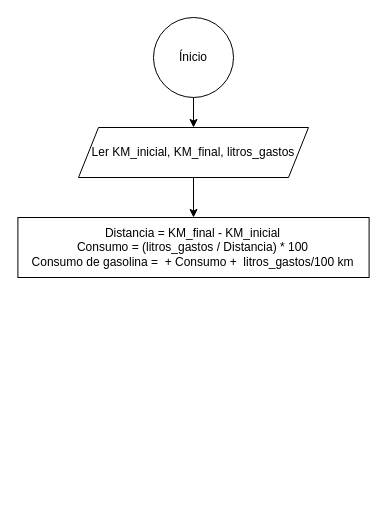
Above: Ex2.drawio in Mobojobil/Tom-s-guerreiro- (draw.io), before the change. Source tidied: cells renumbered, new cells numbered last; positions are measured from the earlier drawing's top-left corner, leaving out a move shared by most shapes. Both pictures are drawn from the tidied source at 100%, with x=0, y=0 at pixel (17, 17).
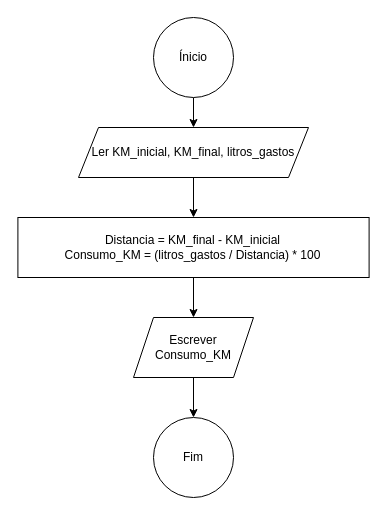
The same page after the edit.

Change to the diagram source:
```diff
@@
 <mxGraphModel>
   <root>
     <mxCell id="0" />
     <mxCell id="1" parent="0" />
     <mxCell id="2" style="edgeStyle=orthogonalEdgeStyle;rounded=0;jettySize=auto;html=1;entryX=0.5;entryY=0;entryDx=0;entryDy=0;" parent="1" edge="1" source="3" target="5">
       <mxGeometry relative="1" as="geometry" />
     </mxCell>
     <mxCell id="3" value="Ínicio" style="ellipse;whiteSpace=wrap;html=1;" parent="1" vertex="1">
       <mxGeometry x="136" width="80" height="80" as="geometry" />
     </mxCell>
     <mxCell id="4" style="edgeStyle=orthogonalEdgeStyle;rounded=0;jettySize=auto;html=1;" parent="1" edge="1" source="5" target="6">
       <mxGeometry relative="1" as="geometry" />
     </mxCell>
     <mxCell id="5" value="Ler KM_inicial, KM_final, litros_gastos" style="shape=parallelogram;perimeter=parallelogramPerimeter;whiteSpace=wrap;html=1;fixedSize=1;" parent="1" vertex="1">
       <mxGeometry x="61" y="110" width="230" height="50" as="geometry" />
     </mxCell>
+    <mxCell id="7" style="edgeStyle=orthogonalEdgeStyle;rounded=0;jettySize=auto;html=1;" parent="1" edge="1" source="6" target="10">
+      <mxGeometry relative="1" as="geometry" />
+    </mxCell>
-    <mxCell id="6" value="Distancia = KM_final - KM_inicial&lt;div&gt;Consumo = (litros_gastos / Distancia) * 100&lt;br&gt;&lt;/div&gt;&lt;div&gt;Consumo de gasolina =&amp;nbsp; + Consumo +&amp;nbsp; litros_gastos/100 km&lt;br&gt;&lt;/div&gt;" style="rounded=0;whiteSpace=wrap;html=1;" parent="1" vertex="1">
+    <mxCell id="6" value="Distancia = KM_final - KM_inicial&lt;div&gt;Consumo_KM = (litros_gastos / Distancia) * 100&lt;/div&gt;" style="rounded=0;whiteSpace=wrap;html=1;" parent="1" vertex="1">
       <mxGeometry x="0.4" y="200" width="351.2" height="60" as="geometry" />
     </mxCell>
+    <mxCell id="8" value="Fim" style="ellipse;whiteSpace=wrap;html=1;" parent="1" vertex="1">
+      <mxGeometry x="136" y="400" width="80" height="80" as="geometry" />
+    </mxCell>
+    <mxCell id="9" style="edgeStyle=orthogonalEdgeStyle;rounded=0;jettySize=auto;html=1;entryX=0.5;entryY=0;entryDx=0;entryDy=0;" parent="1" edge="1" source="10" target="8">
+      <mxGeometry relative="1" as="geometry" />
+    </mxCell>
+    <mxCell id="10" value="Escrever Consumo_KM" style="shape=parallelogram;perimeter=parallelogramPerimeter;whiteSpace=wrap;html=1;fixedSize=1;" parent="1" vertex="1">
+      <mxGeometry x="116" y="300" width="120" height="60" as="geometry" />
+    </mxCell>
   </root>
 </mxGraphModel>
```
